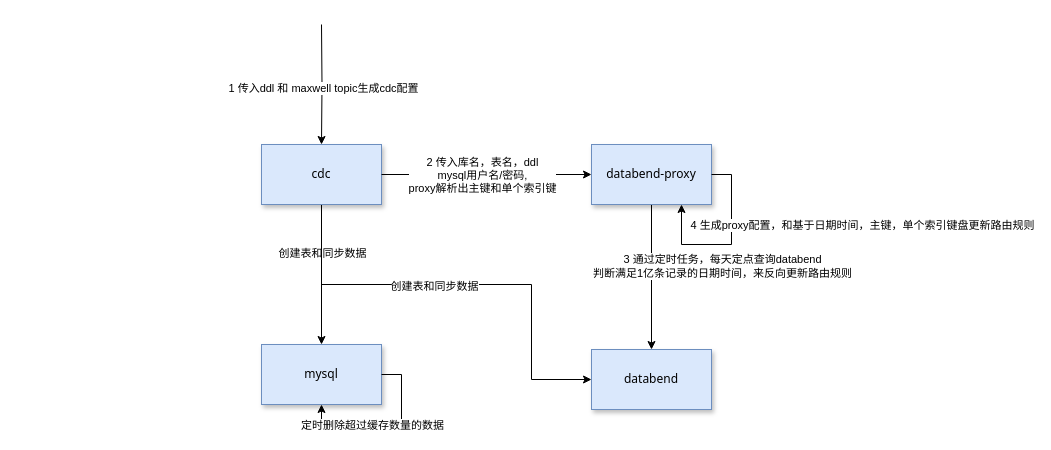
jackjoesh/databend keeps this draw.io diagram as doc/databend-mysql缓存实现设计.drawio. Above is the earlier version. Source tidied: cells renumbered, new cells numbered last; positions are measured from the earlier drawing's top-left corner, leaving out a move shared by most shapes. Both pictures are drawn from the tidied source at 100%, with x=0, y=0 at pixel (261, 24).
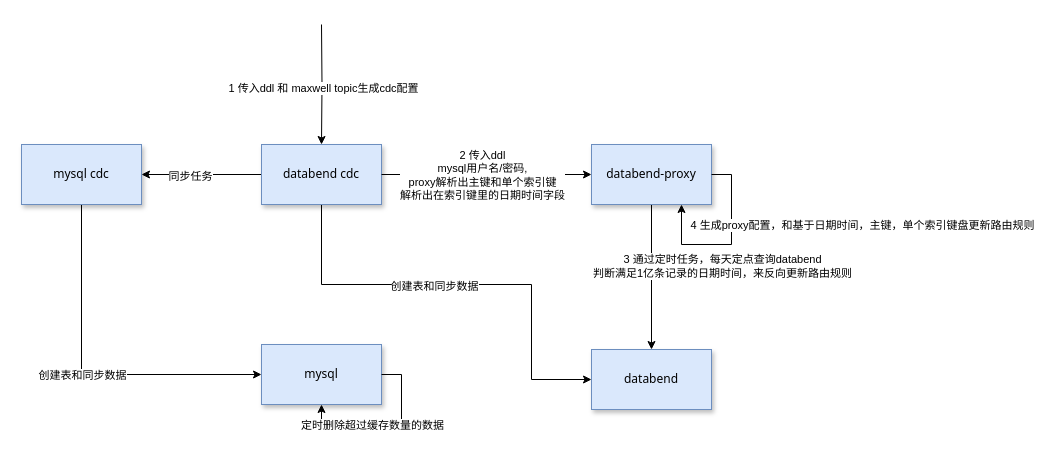
After the change.

Commit message:
更新databend-mysql缓存实现设计.drawio

The change refers to these unchanged cells:
```xml
<mxCell id="13" style="edgeStyle=orthogonalEdgeStyle;rounded=0;jettySize=auto;html=1;exitX=1;exitY=0.5;exitDx=0;exitDy=0;" parent="1" edge="1" source="6" target="9">
  <mxGeometry relative="1" as="geometry" />
</mxCell>
<mxCell id="17" value="mysql" style="rounded=0;whiteSpace=wrap;html=1;fillColor=#dae8fc;strokeColor=#6c8ebf;shadow=1;fontFamily=Tahoma;" parent="1" vertex="1">
  <mxGeometry y="320" width="120" height="60" as="geometry" />
</mxCell>
```

What changed in the source:
```diff
@@
-    <mxCell id="2" style="edgeStyle=orthogonalEdgeStyle;rounded=0;jettySize=auto;html=1;exitX=0.5;exitY=1;exitDx=0;exitDy=0;entryX=0.5;entryY=0;entryDx=0;entryDy=0;" parent="1" edge="1" source="6" target="17">
-      <mxGeometry relative="1" as="geometry" />
-    </mxCell>
-    <mxCell id="3" value="创建表和同步数据" style="edgeLabel;html=1;align=center;verticalAlign=middle;" parent="2" vertex="1">
-      <mxGeometry x="-0.31" relative="1" as="geometry" />
-    </mxCell>
@@
+    <mxCell id="20" style="edgeStyle=orthogonalEdgeStyle;rounded=0;jettySize=auto;html=1;exitX=0;exitY=0.5;exitDx=0;exitDy=0;" parent="1" edge="1" source="6" target="23">
+      <mxGeometry relative="1" as="geometry" />
+    </mxCell>
+    <mxCell id="21" value="同步任务" style="edgeLabel;html=1;align=center;verticalAlign=middle;" parent="20" vertex="1">
+      <mxGeometry x="0.2" y="1" relative="1" as="geometry" />
+    </mxCell>
-    <mxCell id="6" value="cdc" style="rounded=0;whiteSpace=wrap;html=1;fillColor=#dae8fc;strokeColor=#6c8ebf;shadow=1;fontFamily=Tahoma;" parent="1" vertex="1">
+    <mxCell id="6" value="databend cdc" style="rounded=0;whiteSpace=wrap;html=1;fillColor=#dae8fc;strokeColor=#6c8ebf;shadow=1;fontFamily=Tahoma;" parent="1" vertex="1">
       <mxGeometry y="120" width="120" height="60" as="geometry" />
     </mxCell>
@@
-    <mxCell id="14" value="2 传入库名，表名，ddl&lt;div&gt;mysql用户名/密码,&lt;div&gt;proxy解析出主键和单个索引键&lt;/div&gt;&lt;/div&gt;" style="edgeLabel;html=1;align=center;verticalAlign=middle;" parent="13" vertex="1">
+    <mxCell id="14" value="2 传入ddl&lt;div&gt;mysql用户名/密码,&lt;div&gt;proxy解析出主键和单个索引键&lt;/div&gt;&lt;/div&gt;&lt;div&gt;解析出在索引键里的日期时间字段&lt;/div&gt;" style="edgeLabel;html=1;align=center;verticalAlign=middle;" parent="13" vertex="1">
       <mxGeometry x="0.21" y="2" relative="1" as="geometry">
         <mxPoint x="-27" y="2" as="offset" />
       </mxGeometry>
     </mxCell>
@@
+    <mxCell id="22" style="edgeStyle=orthogonalEdgeStyle;rounded=0;jettySize=auto;html=1;exitX=0.5;exitY=1;exitDx=0;exitDy=0;entryX=0;entryY=0.5;entryDx=0;entryDy=0;" parent="1" edge="1" source="23" target="17">
+      <mxGeometry relative="1" as="geometry" />
+    </mxCell>
+    <mxCell id="3" value="创建表和同步数据" style="edgeLabel;html=1;align=center;verticalAlign=middle;" parent="22" vertex="1">
+      <mxGeometry x="-0.03" relative="1" as="geometry" />
+    </mxCell>
+    <mxCell id="23" value="mysql cdc" style="rounded=0;whiteSpace=wrap;html=1;fillColor=#dae8fc;strokeColor=#6c8ebf;shadow=1;fontFamily=Tahoma;" parent="1" vertex="1">
+      <mxGeometry x="-240" y="120" width="120" height="60" as="geometry" />
+    </mxCell>
```
